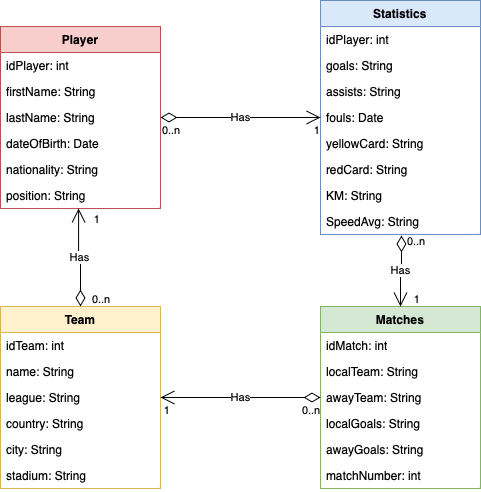
Above: Diagrama de Clases.drawio.png in Flecha16/P2 (draw.io), before the change. Source tidied: cells renumbered, new cells last; positions are measured from the earlier drawing's top-left corner, leaving out a move shared by most shapes. Its diagram source:
```xml
<mxGraphModel>
  <root>
    <mxCell id="0" />
    <mxCell id="1" parent="0" />
    <mxCell id="2" value="Player" style="swimlane;fontStyle=1;align=center;verticalAlign=top;horizontal=1;startSize=26;whiteSpace=wrap;html=1;fillColor=#f8cecc;strokeColor=#b85450;" parent="1" vertex="1">
      <mxGeometry y="26" width="160" height="182" as="geometry" />
    </mxCell>
    <mxCell id="3" value="idPlayer: int" style="text;strokeColor=none;fillColor=none;align=left;verticalAlign=top;spacingLeft=4;spacingRight=4;overflow=hidden;whiteSpace=wrap;html=1;" parent="2" vertex="1">
      <mxGeometry y="26" width="160" height="26" as="geometry" />
    </mxCell>
    <mxCell id="4" value="firstName: String" style="text;strokeColor=none;fillColor=none;align=left;verticalAlign=top;spacingLeft=4;spacingRight=4;overflow=hidden;whiteSpace=wrap;html=1;" parent="2" vertex="1">
      <mxGeometry y="52" width="160" height="26" as="geometry" />
    </mxCell>
    <mxCell id="5" value="lastName: String" style="text;strokeColor=none;fillColor=none;align=left;verticalAlign=top;spacingLeft=4;spacingRight=4;overflow=hidden;points=[[0,0.5],[1,0.5]];portConstraint=eastwest;whiteSpace=wrap;html=1;" parent="2" vertex="1">
      <mxGeometry y="78" width="160" height="26" as="geometry" />
    </mxCell>
    <mxCell id="6" value="dateOfBirth: Date" style="text;strokeColor=none;fillColor=none;align=left;verticalAlign=top;spacingLeft=4;spacingRight=4;overflow=hidden;whiteSpace=wrap;html=1;" parent="2" vertex="1">
      <mxGeometry y="104" width="160" height="26" as="geometry" />
    </mxCell>
    <mxCell id="7" value="nationality: String" style="text;strokeColor=none;fillColor=none;align=left;verticalAlign=top;spacingLeft=4;spacingRight=4;overflow=hidden;whiteSpace=wrap;html=1;" parent="2" vertex="1">
      <mxGeometry y="130" width="160" height="26" as="geometry" />
    </mxCell>
    <mxCell id="8" value="position: String" style="text;strokeColor=none;fillColor=none;align=left;verticalAlign=top;spacingLeft=4;spacingRight=4;overflow=hidden;points=[[0,0.5],[1,0.5]];portConstraint=eastwest;whiteSpace=wrap;html=1;" parent="2" vertex="1">
      <mxGeometry y="156" width="160" height="26" as="geometry" />
    </mxCell>
    <mxCell id="9" value="Team" style="swimlane;fontStyle=1;align=center;verticalAlign=top;horizontal=1;startSize=26;whiteSpace=wrap;html=1;fillColor=#fff2cc;strokeColor=#d6b656;" parent="1" vertex="1">
      <mxGeometry y="306" width="160" height="182" as="geometry" />
    </mxCell>
    <mxCell id="10" value="idTeam: int" style="text;strokeColor=none;fillColor=none;align=left;verticalAlign=top;spacingLeft=4;spacingRight=4;overflow=hidden;whiteSpace=wrap;html=1;" parent="9" vertex="1">
      <mxGeometry y="26" width="160" height="26" as="geometry" />
    </mxCell>
    <mxCell id="11" value="name: String" style="text;strokeColor=none;fillColor=none;align=left;verticalAlign=top;spacingLeft=4;spacingRight=4;overflow=hidden;whiteSpace=wrap;html=1;" parent="9" vertex="1">
      <mxGeometry y="52" width="160" height="26" as="geometry" />
    </mxCell>
    <mxCell id="12" value="league: String" style="text;strokeColor=none;fillColor=none;align=left;verticalAlign=top;spacingLeft=4;spacingRight=4;overflow=hidden;points=[[0,0.5],[1,0.5]];portConstraint=eastwest;whiteSpace=wrap;html=1;" parent="9" vertex="1">
      <mxGeometry y="78" width="160" height="26" as="geometry" />
    </mxCell>
    <mxCell id="13" value="country: String" style="text;strokeColor=none;fillColor=none;align=left;verticalAlign=top;spacingLeft=4;spacingRight=4;overflow=hidden;whiteSpace=wrap;html=1;" parent="9" vertex="1">
      <mxGeometry y="104" width="160" height="26" as="geometry" />
    </mxCell>
    <mxCell id="14" value="city: String" style="text;strokeColor=none;fillColor=none;align=left;verticalAlign=top;spacingLeft=4;spacingRight=4;overflow=hidden;whiteSpace=wrap;html=1;" parent="9" vertex="1">
      <mxGeometry y="130" width="160" height="26" as="geometry" />
    </mxCell>
    <mxCell id="15" value="stadium: String" style="text;strokeColor=none;fillColor=none;align=left;verticalAlign=top;spacingLeft=4;spacingRight=4;overflow=hidden;whiteSpace=wrap;html=1;" parent="9" vertex="1">
      <mxGeometry y="156" width="160" height="26" as="geometry" />
    </mxCell>
    <mxCell id="16" value="Statistics" style="swimlane;fontStyle=1;align=center;verticalAlign=top;horizontal=1;startSize=26;whiteSpace=wrap;html=1;fillColor=#dae8fc;strokeColor=#6c8ebf;" parent="1" vertex="1">
      <mxGeometry x="320" width="160" height="234" as="geometry" />
    </mxCell>
    <mxCell id="17" value="idPlayer: int" style="text;strokeColor=none;fillColor=none;align=left;verticalAlign=top;spacingLeft=4;spacingRight=4;overflow=hidden;whiteSpace=wrap;html=1;" parent="16" vertex="1">
      <mxGeometry y="26" width="160" height="26" as="geometry" />
    </mxCell>
    <mxCell id="18" value="goals: String" style="text;strokeColor=none;fillColor=none;align=left;verticalAlign=top;spacingLeft=4;spacingRight=4;overflow=hidden;whiteSpace=wrap;html=1;" parent="16" vertex="1">
      <mxGeometry y="52" width="160" height="26" as="geometry" />
    </mxCell>
    <mxCell id="19" value="assists: String" style="text;strokeColor=none;fillColor=none;align=left;verticalAlign=top;spacingLeft=4;spacingRight=4;overflow=hidden;whiteSpace=wrap;html=1;" parent="16" vertex="1">
      <mxGeometry y="78" width="160" height="26" as="geometry" />
    </mxCell>
    <mxCell id="20" value="fouls: Date" style="text;strokeColor=none;fillColor=none;align=left;verticalAlign=top;spacingLeft=4;spacingRight=4;overflow=hidden;points=[[0,0.5],[1,0.5]];portConstraint=eastwest;whiteSpace=wrap;html=1;" parent="16" vertex="1">
      <mxGeometry y="104" width="160" height="26" as="geometry" />
    </mxCell>
    <mxCell id="21" value="yellowCard: String" style="text;strokeColor=none;fillColor=none;align=left;verticalAlign=top;spacingLeft=4;spacingRight=4;overflow=hidden;whiteSpace=wrap;html=1;" parent="16" vertex="1">
      <mxGeometry y="130" width="160" height="26" as="geometry" />
    </mxCell>
    <mxCell id="22" value="redCard: String" style="text;strokeColor=none;fillColor=none;align=left;verticalAlign=top;spacingLeft=4;spacingRight=4;overflow=hidden;whiteSpace=wrap;html=1;" parent="16" vertex="1">
      <mxGeometry y="156" width="160" height="26" as="geometry" />
    </mxCell>
    <mxCell id="23" value="KM: String" style="text;strokeColor=none;fillColor=none;align=left;verticalAlign=top;spacingLeft=4;spacingRight=4;overflow=hidden;whiteSpace=wrap;html=1;" parent="16" vertex="1">
      <mxGeometry y="182" width="160" height="26" as="geometry" />
    </mxCell>
    <mxCell id="24" value="SpeedAvg: String" style="text;strokeColor=none;fillColor=none;align=left;verticalAlign=top;spacingLeft=4;spacingRight=4;overflow=hidden;points=[[0,0.5],[1,0.5]];portConstraint=eastwest;whiteSpace=wrap;html=1;" parent="16" vertex="1">
      <mxGeometry y="208" width="160" height="26" as="geometry" />
    </mxCell>
    <mxCell id="25" value="Matches" style="swimlane;fontStyle=1;align=center;verticalAlign=top;horizontal=1;startSize=26;whiteSpace=wrap;html=1;fillColor=#d5e8d4;strokeColor=#82b366;" parent="1" vertex="1">
      <mxGeometry x="320" y="306" width="160" height="182" as="geometry" />
    </mxCell>
    <mxCell id="26" value="idMatch: int" style="text;strokeColor=none;fillColor=none;align=left;verticalAlign=top;spacingLeft=4;spacingRight=4;overflow=hidden;whiteSpace=wrap;html=1;" parent="25" vertex="1">
      <mxGeometry y="26" width="160" height="26" as="geometry" />
    </mxCell>
    <mxCell id="27" value="localTeam: String" style="text;strokeColor=none;fillColor=none;align=left;verticalAlign=top;spacingLeft=4;spacingRight=4;overflow=hidden;whiteSpace=wrap;html=1;" parent="25" vertex="1">
      <mxGeometry y="52" width="160" height="26" as="geometry" />
    </mxCell>
    <mxCell id="28" value="awayTeam: String" style="text;strokeColor=none;fillColor=none;align=left;verticalAlign=top;spacingLeft=4;spacingRight=4;overflow=hidden;points=[[0,0.5],[1,0.5]];portConstraint=eastwest;whiteSpace=wrap;html=1;" parent="25" vertex="1">
      <mxGeometry y="78" width="160" height="26" as="geometry" />
    </mxCell>
    <mxCell id="29" value="localGoals: String" style="text;strokeColor=none;fillColor=none;align=left;verticalAlign=top;spacingLeft=4;spacingRight=4;overflow=hidden;whiteSpace=wrap;html=1;" parent="25" vertex="1">
      <mxGeometry y="104" width="160" height="26" as="geometry" />
    </mxCell>
    <mxCell id="30" value="awayGoals: String" style="text;strokeColor=none;fillColor=none;align=left;verticalAlign=top;spacingLeft=4;spacingRight=4;overflow=hidden;whiteSpace=wrap;html=1;" parent="25" vertex="1">
      <mxGeometry y="130" width="160" height="26" as="geometry" />
    </mxCell>
    <mxCell id="31" value="matchNumber: int" style="text;strokeColor=none;fillColor=none;align=left;verticalAlign=top;spacingLeft=4;spacingRight=4;overflow=hidden;whiteSpace=wrap;html=1;" parent="25" vertex="1">
      <mxGeometry y="156" width="160" height="26" as="geometry" />
    </mxCell>
    <mxCell id="32" value="Has" style="endArrow=open;html=1;endSize=12;startArrow=diamondThin;startSize=14;startFill=0;edgeStyle=orthogonalEdgeStyle;rounded=0;exitX=1;exitY=0.5;exitDx=0;exitDy=0;entryX=0;entryY=0.5;entryDx=0;entryDy=0;" parent="1" edge="1" source="5" target="20">
      <mxGeometry relative="1" as="geometry" />
    </mxCell>
    <mxCell id="33" value="0..n" style="edgeLabel;html=1;align=left;verticalAlign=top;" parent="32" vertex="1">
      <mxGeometry x="-1" relative="1" as="geometry" />
    </mxCell>
    <mxCell id="34" value="1" style="edgeLabel;html=1;align=right;verticalAlign=top;" parent="32" vertex="1">
      <mxGeometry x="1" relative="1" as="geometry" />
    </mxCell>
    <mxCell id="35" value="Has" style="endArrow=open;html=1;endSize=12;startArrow=diamondThin;startSize=14;startFill=0;edgeStyle=orthogonalEdgeStyle;rounded=0;entryX=0.5;entryY=0;entryDx=0;entryDy=0;exitX=0.506;exitY=1.038;exitDx=0;exitDy=0;exitPerimeter=0;" parent="1" edge="1" source="24" target="25">
      <mxGeometry relative="1" as="geometry" />
    </mxCell>
    <mxCell id="36" value="0..n" style="edgeLabel;html=1;align=left;verticalAlign=top;" parent="35" vertex="1">
      <mxGeometry x="-1" relative="1" as="geometry">
        <mxPoint x="4" y="-7" as="offset" />
      </mxGeometry>
    </mxCell>
    <mxCell id="37" value="1" style="edgeLabel;html=1;align=right;verticalAlign=top;" parent="35" vertex="1">
      <mxGeometry x="1" relative="1" as="geometry">
        <mxPoint x="20" y="-20" as="offset" />
      </mxGeometry>
    </mxCell>
    <mxCell id="38" value="Has" style="endArrow=open;html=1;endSize=12;startArrow=diamondThin;startSize=14;startFill=0;edgeStyle=orthogonalEdgeStyle;rounded=0;exitX=0;exitY=0.5;exitDx=0;exitDy=0;entryX=1;entryY=0.5;entryDx=0;entryDy=0;" parent="1" edge="1" source="28" target="12">
      <mxGeometry relative="1" as="geometry" />
    </mxCell>
    <mxCell id="39" value="0..n" style="edgeLabel;html=1;align=left;verticalAlign=top;" parent="38" vertex="1">
      <mxGeometry x="-1" relative="1" as="geometry">
        <mxPoint x="-20" as="offset" />
      </mxGeometry>
    </mxCell>
    <mxCell id="40" value="1" style="edgeLabel;html=1;align=right;verticalAlign=top;" parent="38" vertex="1">
      <mxGeometry x="1" relative="1" as="geometry">
        <mxPoint x="10" as="offset" />
      </mxGeometry>
    </mxCell>
    <mxCell id="41" value="Has" style="endArrow=open;html=1;endSize=12;startArrow=diamondThin;startSize=14;startFill=0;edgeStyle=orthogonalEdgeStyle;rounded=0;entryX=0.488;entryY=1;entryDx=0;entryDy=0;entryPerimeter=0;exitX=0.5;exitY=0;exitDx=0;exitDy=0;" parent="1" edge="1" source="9" target="8">
      <mxGeometry relative="1" as="geometry" />
    </mxCell>
    <mxCell id="42" value="0..n" style="edgeLabel;html=1;align=left;verticalAlign=top;" parent="41" vertex="1">
      <mxGeometry x="-1" relative="1" as="geometry">
        <mxPoint x="10" y="-20" as="offset" />
      </mxGeometry>
    </mxCell>
    <mxCell id="43" value="1" style="edgeLabel;html=1;align=right;verticalAlign=top;" parent="41" vertex="1">
      <mxGeometry x="1" relative="1" as="geometry">
        <mxPoint x="22" y="-2" as="offset" />
      </mxGeometry>
    </mxCell>
  </root>
</mxGraphModel>
```
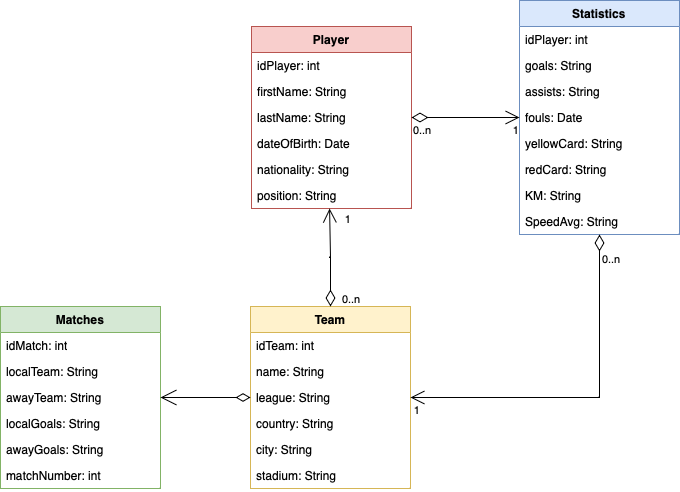
After the change.

The edit, as a diff of the source:
```diff
@@ -3,7 +3,7 @@
     <mxCell id="0" />
     <mxCell id="1" parent="0" />
     <mxCell id="2" value="Player" style="swimlane;fontStyle=1;align=center;verticalAlign=top;horizontal=1;startSize=26;whiteSpace=wrap;html=1;fillColor=#f8cecc;strokeColor=#b85450;" parent="1" vertex="1">
-      <mxGeometry y="26" width="160" height="182" as="geometry" />
+      <mxGeometry x="231" y="26" width="160" height="182" as="geometry" />
     </mxCell>
     <mxCell id="3" value="idPlayer: int" style="text;strokeColor=none;fillColor=none;align=left;verticalAlign=top;spacingLeft=4;spacingRight=4;overflow=hidden;whiteSpace=wrap;html=1;" parent="2" vertex="1">
       <mxGeometry y="26" width="160" height="26" as="geometry" />
@@ -24,7 +24,7 @@
       <mxGeometry y="156" width="160" height="26" as="geometry" />
     </mxCell>
     <mxCell id="9" value="Team" style="swimlane;fontStyle=1;align=center;verticalAlign=top;horizontal=1;startSize=26;whiteSpace=wrap;html=1;fillColor=#fff2cc;strokeColor=#d6b656;" parent="1" vertex="1">
-      <mxGeometry y="306" width="160" height="182" as="geometry" />
+      <mxGeometry x="230" y="306" width="160" height="182" as="geometry" />
     </mxCell>
     <mxCell id="10" value="idTeam: int" style="text;strokeColor=none;fillColor=none;align=left;verticalAlign=top;spacingLeft=4;spacingRight=4;overflow=hidden;whiteSpace=wrap;html=1;" parent="9" vertex="1">
       <mxGeometry y="26" width="160" height="26" as="geometry" />
@@ -45,7 +45,7 @@
       <mxGeometry y="156" width="160" height="26" as="geometry" />
     </mxCell>
     <mxCell id="16" value="Statistics" style="swimlane;fontStyle=1;align=center;verticalAlign=top;horizontal=1;startSize=26;whiteSpace=wrap;html=1;fillColor=#dae8fc;strokeColor=#6c8ebf;" parent="1" vertex="1">
-      <mxGeometry x="320" width="160" height="234" as="geometry" />
+      <mxGeometry x="499" width="160" height="234" as="geometry" />
     </mxCell>
     <mxCell id="17" value="idPlayer: int" style="text;strokeColor=none;fillColor=none;align=left;verticalAlign=top;spacingLeft=4;spacingRight=4;overflow=hidden;whiteSpace=wrap;html=1;" parent="16" vertex="1">
       <mxGeometry y="26" width="160" height="26" as="geometry" />
@@ -72,7 +72,7 @@
       <mxGeometry y="208" width="160" height="26" as="geometry" />
     </mxCell>
     <mxCell id="25" value="Matches" style="swimlane;fontStyle=1;align=center;verticalAlign=top;horizontal=1;startSize=26;whiteSpace=wrap;html=1;fillColor=#d5e8d4;strokeColor=#82b366;" parent="1" vertex="1">
-      <mxGeometry x="320" y="306" width="160" height="182" as="geometry" />
+      <mxGeometry x="-20" y="306" width="160" height="182" as="geometry" />
     </mxCell>
     <mxCell id="26" value="idMatch: int" style="text;strokeColor=none;fillColor=none;align=left;verticalAlign=top;spacingLeft=4;spacingRight=4;overflow=hidden;whiteSpace=wrap;html=1;" parent="25" vertex="1">
       <mxGeometry y="26" width="160" height="26" as="geometry" />
@@ -92,7 +92,7 @@
     <mxCell id="31" value="matchNumber: int" style="text;strokeColor=none;fillColor=none;align=left;verticalAlign=top;spacingLeft=4;spacingRight=4;overflow=hidden;whiteSpace=wrap;html=1;" parent="25" vertex="1">
       <mxGeometry y="156" width="160" height="26" as="geometry" />
     </mxCell>
-    <mxCell id="32" value="Has" style="endArrow=open;html=1;endSize=12;startArrow=diamondThin;startSize=14;startFill=0;edgeStyle=orthogonalEdgeStyle;rounded=0;exitX=1;exitY=0.5;exitDx=0;exitDy=0;entryX=0;entryY=0.5;entryDx=0;entryDy=0;" parent="1" edge="1" source="5" target="20">
+    <mxCell id="32" style="endArrow=open;html=1;endSize=12;startArrow=diamondThin;startSize=14;startFill=0;edgeStyle=orthogonalEdgeStyle;rounded=0;exitX=1;exitY=0.5;exitDx=0;exitDy=0;entryX=0;entryY=0.5;entryDx=0;entryDy=0;" parent="1" edge="1" source="5" target="20">
       <mxGeometry relative="1" as="geometry" />
     </mxCell>
     <mxCell id="33" value="0..n" style="edgeLabel;html=1;align=left;verticalAlign=top;" parent="32" vertex="1">
@@ -101,25 +101,12 @@
     <mxCell id="34" value="1" style="edgeLabel;html=1;align=right;verticalAlign=top;" parent="32" vertex="1">
       <mxGeometry x="1" relative="1" as="geometry" />
     </mxCell>
-    <mxCell id="35" value="Has" style="endArrow=open;html=1;endSize=12;startArrow=diamondThin;startSize=14;startFill=0;edgeStyle=orthogonalEdgeStyle;rounded=0;entryX=0.5;entryY=0;entryDx=0;entryDy=0;exitX=0.506;exitY=1.038;exitDx=0;exitDy=0;exitPerimeter=0;" parent="1" edge="1" source="24" target="25">
-      <mxGeometry relative="1" as="geometry" />
-    </mxCell>
-    <mxCell id="36" value="0..n" style="edgeLabel;html=1;align=left;verticalAlign=top;" parent="35" vertex="1">
-      <mxGeometry x="-1" relative="1" as="geometry">
-        <mxPoint x="4" y="-7" as="offset" />
-      </mxGeometry>
-    </mxCell>
-    <mxCell id="37" value="1" style="edgeLabel;html=1;align=right;verticalAlign=top;" parent="35" vertex="1">
-      <mxGeometry x="1" relative="1" as="geometry">
-        <mxPoint x="20" y="-20" as="offset" />
-      </mxGeometry>
-    </mxCell>
-    <mxCell id="38" value="Has" style="endArrow=open;html=1;endSize=12;startArrow=diamondThin;startSize=14;startFill=0;edgeStyle=orthogonalEdgeStyle;rounded=0;exitX=0;exitY=0.5;exitDx=0;exitDy=0;entryX=1;entryY=0.5;entryDx=0;entryDy=0;" parent="1" edge="1" source="28" target="12">
-      <mxGeometry relative="1" as="geometry" />
+    <mxCell id="38" style="endArrow=open;html=1;endSize=12;startArrow=diamondThin;startSize=14;startFill=0;edgeStyle=orthogonalEdgeStyle;rounded=0;exitX=0.5;exitY=1;exitDx=0;exitDy=0;entryX=1;entryY=0.5;entryDx=0;entryDy=0;exitPerimeter=0;" parent="1" edge="1" source="24" target="12">
+      <mxGeometry y="-61" relative="1" as="geometry" />
     </mxCell>
     <mxCell id="39" value="0..n" style="edgeLabel;html=1;align=left;verticalAlign=top;" parent="38" vertex="1">
       <mxGeometry x="-1" relative="1" as="geometry">
-        <mxPoint x="-20" as="offset" />
+        <mxPoint x="1" y="12" as="offset" />
       </mxGeometry>
     </mxCell>
     <mxCell id="40" value="1" style="edgeLabel;html=1;align=right;verticalAlign=top;" parent="38" vertex="1">
@@ -127,7 +114,7 @@
         <mxPoint x="10" as="offset" />
       </mxGeometry>
     </mxCell>
-    <mxCell id="41" value="Has" style="endArrow=open;html=1;endSize=12;startArrow=diamondThin;startSize=14;startFill=0;edgeStyle=orthogonalEdgeStyle;rounded=0;entryX=0.488;entryY=1;entryDx=0;entryDy=0;entryPerimeter=0;exitX=0.5;exitY=0;exitDx=0;exitDy=0;" parent="1" edge="1" source="9" target="8">
+    <mxCell id="41" style="endArrow=open;html=1;endSize=12;startArrow=diamondThin;startSize=14;startFill=0;edgeStyle=orthogonalEdgeStyle;rounded=0;entryX=0.488;entryY=1;entryDx=0;entryDy=0;entryPerimeter=0;exitX=0.5;exitY=0;exitDx=0;exitDy=0;" parent="1" edge="1" source="9" target="8">
       <mxGeometry relative="1" as="geometry" />
     </mxCell>
     <mxCell id="42" value="0..n" style="edgeLabel;html=1;align=left;verticalAlign=top;" parent="41" vertex="1">
@@ -140,5 +127,8 @@
         <mxPoint x="22" y="-2" as="offset" />
       </mxGeometry>
     </mxCell>
+    <mxCell id="44" style="edgeStyle=orthogonalEdgeStyle;rounded=0;jettySize=auto;html=1;entryX=1;entryY=0.5;entryDx=0;entryDy=0;endArrow=open;endFill=0;startArrow=diamondThin;startFill=0;startSize=12;endSize=14;" parent="1" edge="1" source="12" target="28">
+      <mxGeometry relative="1" as="geometry" />
+    </mxCell>
   </root>
 </mxGraphModel>
```
